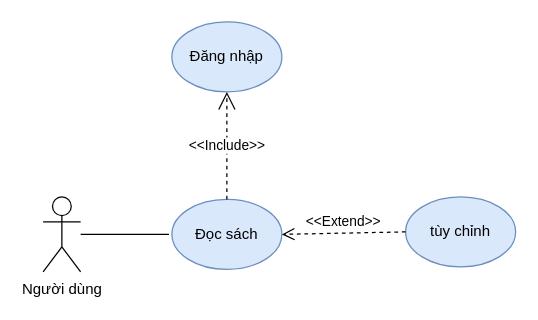
ThanhQvanVnnn/BookAppFireBase keeps this draw.io diagram as luận văn tốt nghiệp/cuonbaocao/cac so do/thanh phantacnhan-chuong 4/Sơdo/usecasedocsach.drawio. Above is the earlier version. Source tidied: cells renumbered, new cells numbered last; positions are measured from the earlier drawing's top-left corner, leaving out a move shared by most shapes. Both pictures are drawn from the tidied source at 125%, with x=0, y=0 at pixel (42, 21).
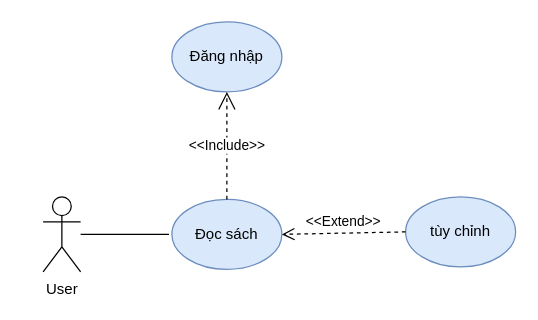
Above is the later version.

The edit, as a diff of the source:
```diff
@@
 <mxGraphModel>
   <root>
     <mxCell id="0" />
     <mxCell id="1" parent="0" />
-    <mxCell id="2" value="Người dùng" style="shape=umlActor;verticalLabelPosition=bottom;labelBackgroundColor=#ffffff;verticalAlign=top;html=1;outlineConnect=0;" parent="1" vertex="1">
+    <mxCell id="2" value="User" style="shape=umlActor;verticalLabelPosition=bottom;labelBackgroundColor=#ffffff;verticalAlign=top;html=1;outlineConnect=0;" parent="1" vertex="1">
       <mxGeometry y="140" width="30" height="60" as="geometry" />
     </mxCell>
     <mxCell id="3" value="Đọc sách" style="ellipse;whiteSpace=wrap;html=1;fillColor=#dae8fc;strokeColor=#6c8ebf;" parent="1" vertex="1">
       <mxGeometry x="103" y="142" width="88" height="56" as="geometry" />
     </mxCell>
     <mxCell id="4" value="Đăng nhập" style="ellipse;whiteSpace=wrap;html=1;fillColor=#dae8fc;strokeColor=#6c8ebf;" parent="1" vertex="1">
       <mxGeometry x="103" width="88" height="56" as="geometry" />
     </mxCell>
     <mxCell id="5" style="endArrow=none;html=1;" parent="1" edge="1" source="2">
       <mxGeometry relative="1" as="geometry">
         <mxPoint x="100.7" y="170" as="targetPoint" />
       </mxGeometry>
     </mxCell>
     <mxCell id="6" value="tùy chỉnh" style="ellipse;whiteSpace=wrap;html=1;fillColor=#dae8fc;strokeColor=#6c8ebf;" parent="1" vertex="1">
       <mxGeometry x="290" y="140" width="88" height="56" as="geometry" />
     </mxCell>
     <mxCell id="7" value="&amp;lt;&amp;lt;Extend&amp;gt;&amp;gt;" style="html=1;verticalAlign=bottom;endArrow=open;dashed=1;endSize=8;exitX=0;exitY=0.5;exitDx=0;exitDy=0;entryX=1;entryY=0.5;entryDx=0;entryDy=0;" parent="1" edge="1" source="6" target="3">
       <mxGeometry relative="1" as="geometry" />
     </mxCell>
     <mxCell id="8" value="&amp;lt;&amp;lt;Include&amp;gt;&amp;gt;" style="endArrow=open;endSize=12;dashed=1;html=1;entryX=0.5;entryY=1;entryDx=0;entryDy=0;exitX=0.5;exitY=0;exitDx=0;exitDy=0;" parent="1" edge="1" source="3" target="4">
       <mxGeometry relative="1" as="geometry" />
     </mxCell>
   </root>
 </mxGraphModel>
```
